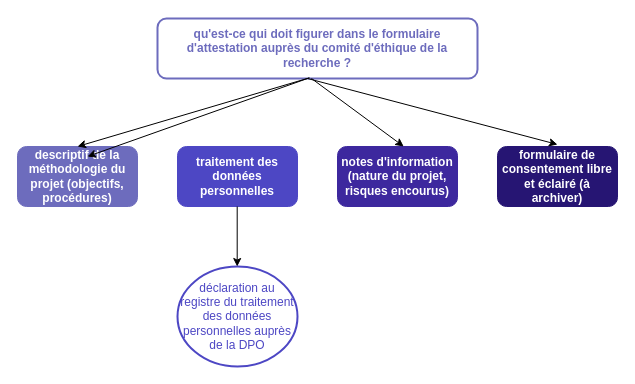
The draw.io diagram diagramme_comite_ethique.drawio.xml in damienbelveze/comite_ethique_diagramme, before the edit. Source tidied: cells renumbered, new cells numbered last; positions are measured from the earlier drawing's top-left corner, leaving out a move shared by most shapes. Both pictures are drawn from the tidied source at 100%, with x=0, y=0 at pixel (17, 18).
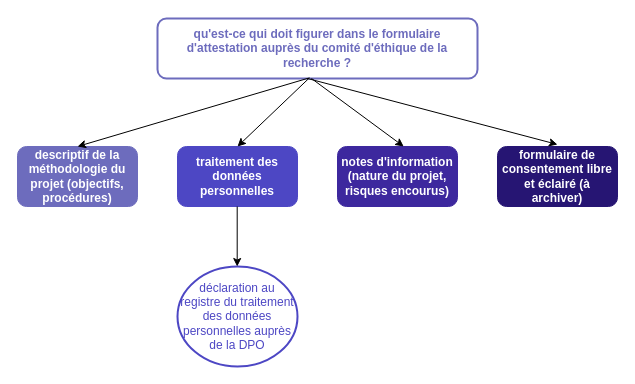
After the change.

Commit message:
Mettre à jour diagramme_comite_ethique.drawio.xml

Diff of the diagram source:
```diff
@@
 <mxGraphModel>
   <root>
     <mxCell id="0" />
     <mxCell id="1" parent="0" />
     <mxCell id="2" value="qu'est-ce qui doit figurer dans le formulaire d'attestation auprès du comité d'éthique de la recherche ?" style="rounded=1;whiteSpace=wrap;html=1;strokeWidth=2;strokeColor=#6d6cbd;fontColor=#6d6cbd;fontStyle=1;" parent="1" vertex="1">
       <mxGeometry x="140" width="320" height="60" as="geometry" />
     </mxCell>
     <mxCell id="3" value="&lt;div&gt;descriptif de la méthodologie du projet (objectifs, procédures)&lt;/div&gt;" style="rounded=1;whiteSpace=wrap;html=1;gradientColor=none;fillColor=#6d6cbd;fontColor=#ffffff;fontStyle=1;strokeColor=#6d6cbd;" parent="1" vertex="1">
       <mxGeometry y="128" width="120" height="60" as="geometry" />
     </mxCell>
     <mxCell id="4" value="traitement des données personnelles" style="rounded=1;whiteSpace=wrap;html=1;strokeColor=#4d47c4;strokeWidth=1;fillColor=#4d47c4;fontStyle=1;fontColor=#ffffff;" parent="1" vertex="1">
       <mxGeometry x="160" y="128" width="120" height="60" as="geometry" />
     </mxCell>
     <mxCell id="5" value="notes d'information (nature du projet, risques encourus)" style="rounded=1;whiteSpace=wrap;html=1;fillColor=#3d289e;strokeColor=#3d289e;fontStyle=1;fontColor=#ffffff;" parent="1" vertex="1">
       <mxGeometry x="320" y="128" width="120" height="60" as="geometry" />
     </mxCell>
     <mxCell id="6" value="formulaire de consentement libre et éclairé (à archiver)" style="rounded=1;whiteSpace=wrap;html=1;fontColor=#ffffff;fillColor=#261573;strokeColor=#261573;fontStyle=1;" parent="1" vertex="1">
       <mxGeometry x="480" y="128" width="120" height="60" as="geometry" />
     </mxCell>
     <mxCell id="7" value="déclaration au registre du traitement des données personnelles auprès de la DPO" style="ellipse;whiteSpace=wrap;html=1;fontColor=#4d47c4;strokeColor=#4d47c4;strokeWidth=2;" parent="1" vertex="1">
       <mxGeometry x="160" y="248" width="120" height="100" as="geometry" />
     </mxCell>
     <mxCell id="8" style="endArrow=classic;html=1;rounded=0;entryX=0.297;entryY=0.943;entryDx=0;entryDy=0;entryPerimeter=0;exitX=0.473;exitY=0.992;exitDx=0;exitDy=0;exitPerimeter=0;" parent="1" edge="1" source="2">
       <mxGeometry relative="1" as="geometry">
         <mxPoint x="60" y="128" as="targetPoint" />
       </mxGeometry>
     </mxCell>
-    <mxCell id="9" style="endArrow=classic;html=1;rounded=0;entryX=0.5;entryY=0;entryDx=0;entryDy=0;exitX=0.475;exitY=0.988;exitDx=0;exitDy=0;exitPerimeter=0;" parent="1" edge="1" source="2">
-      <mxGeometry relative="1" as="geometry">
-        <mxPoint x="70" y="138" as="targetPoint" />
-      </mxGeometry>
+    <mxCell id="9" style="endArrow=classic;html=1;rounded=0;entryX=0.5;entryY=0;entryDx=0;entryDy=0;exitX=0.475;exitY=0.988;exitDx=0;exitDy=0;exitPerimeter=0;" parent="1" edge="1" source="2" target="4">
+      <mxGeometry relative="1" as="geometry" />
     </mxCell>
     <mxCell id="10" style="endArrow=classic;html=1;rounded=0;entryX=0.5;entryY=0;entryDx=0;entryDy=0;exitX=0.462;exitY=1.049;exitDx=0;exitDy=0;exitPerimeter=0;" parent="1" edge="1">
       <mxGeometry relative="1" as="geometry">
         <mxPoint x="294" y="60" as="sourcePoint" />
         <mxPoint x="386.2" y="128" as="targetPoint" />
       </mxGeometry>
     </mxCell>
     <mxCell id="11" style="endArrow=classic;html=1;rounded=0;entryX=0.5;entryY=0;entryDx=0;entryDy=0;" parent="1" edge="1">
       <mxGeometry relative="1" as="geometry">
         <mxPoint x="290" y="60" as="sourcePoint" />
         <mxPoint x="540" y="126" as="targetPoint" />
       </mxGeometry>
     </mxCell>
     <mxCell id="12" style="endArrow=classic;html=1;rounded=0;" parent="1" edge="1">
       <mxGeometry relative="1" as="geometry">
         <mxPoint x="219.7" y="188" as="sourcePoint" />
         <mxPoint x="219.7" y="248" as="targetPoint" />
       </mxGeometry>
     </mxCell>
   </root>
 </mxGraphModel>
```
